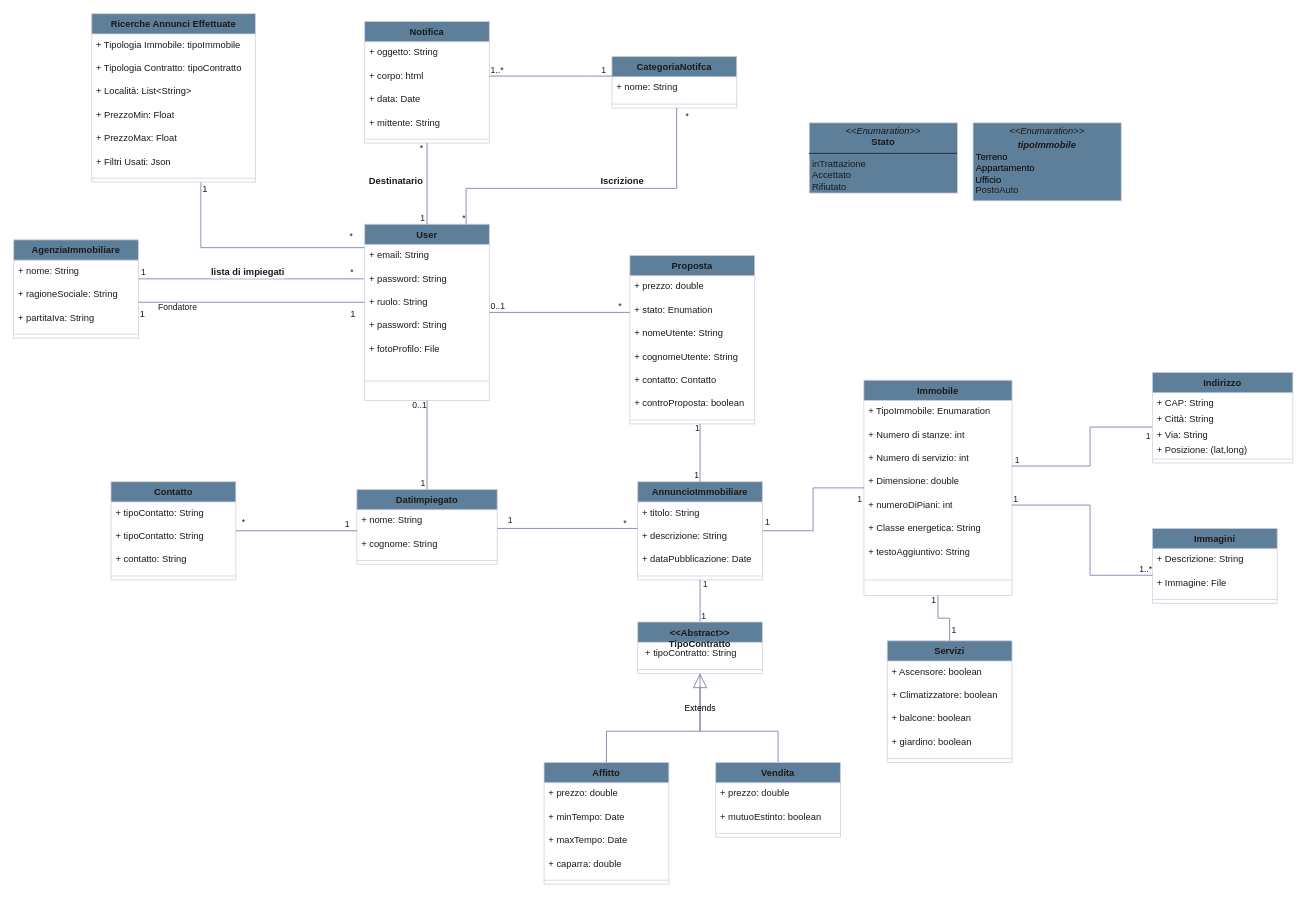
The draw.io diagram diagrammi/diagramma delle classi.drawio in Sperob98/Documentazione-DietiEstates25, before the edit. Source tidied: cells renumbered, new cells numbered last; positions are measured from the earlier drawing's top-left corner, leaving out a move shared by most shapes. Both pictures are drawn from the tidied source at 78%, with x=0, y=0 at pixel (13, 13).
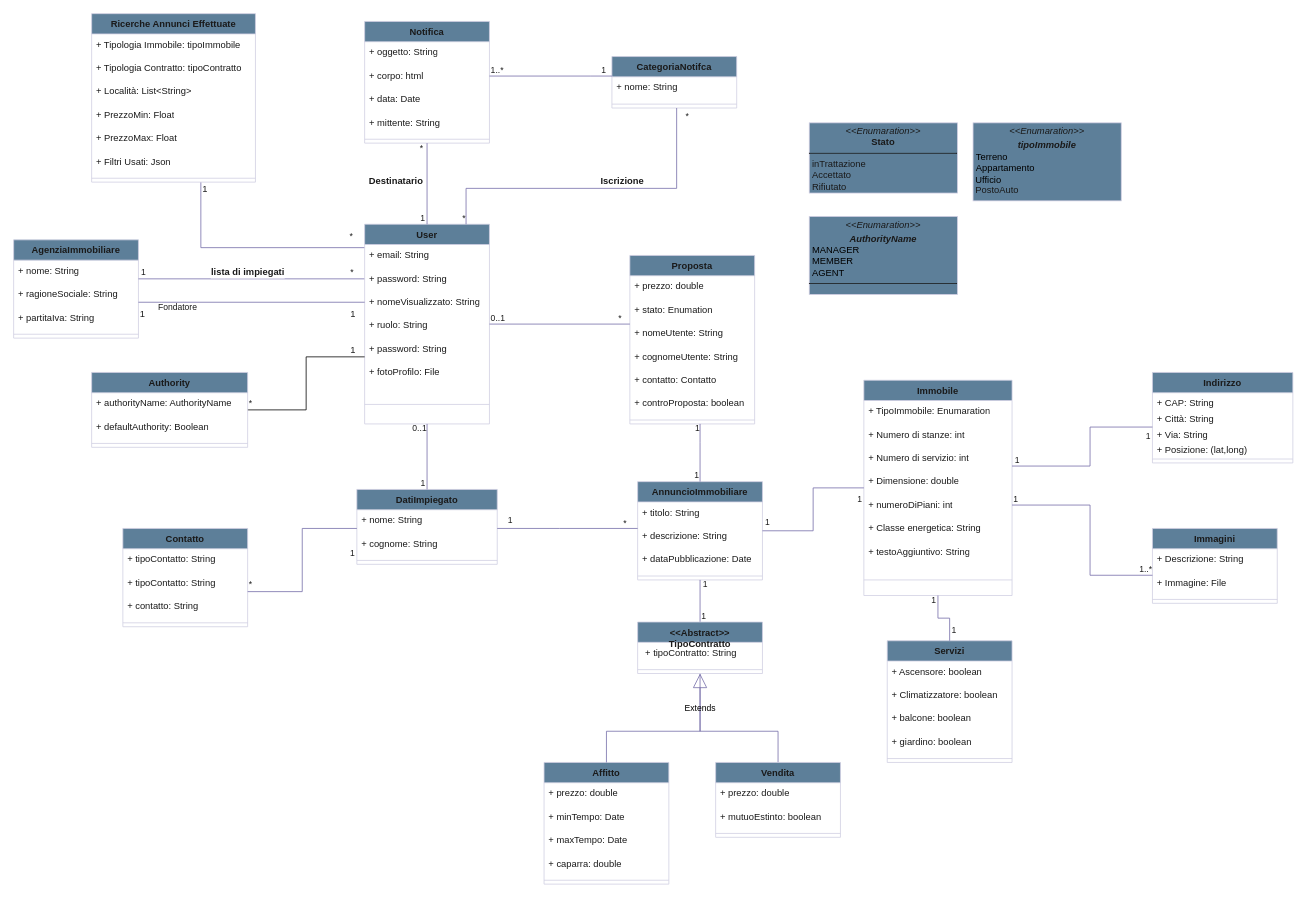
The same page after the edit.

Unchanged cells that the change refers to:
```xml
<mxCell id="50" value="DatiImpiegato" style="swimlane;fontStyle=1;align=center;verticalAlign=top;horizontal=1;startSize=26;whiteSpace=wrap;html=1;labelBackgroundColor=none;fillColor=#5D7F99;strokeColor=#D0CEE2;fontColor=#1A1A1A;" parent="1" vertex="1">
  <mxGeometry x="440" y="610" width="180" height="96" as="geometry" />
</mxCell>
<mxCell id="62" style="endArrow=none;html=1;edgeStyle=orthogonalEdgeStyle;rounded=0;exitX=0.5;exitY=1;exitDx=0;exitDy=0;entryX=0.5;entryY=0;entryDx=0;entryDy=0;labelBackgroundColor=none;strokeColor=#736CA8;fontColor=default;" parent="1" edge="1" source="42" target="50">
  <mxGeometry relative="1" as="geometry" />
</mxCell>
```

Diff of the diagram source:
```diff
@@
     <mxCell id="42" value="User" style="swimlane;fontStyle=1;align=center;verticalAlign=top;horizontal=1;startSize=26;whiteSpace=wrap;html=1;labelBackgroundColor=none;fillColor=#5D7F99;strokeColor=#D0CEE2;fontColor=#1A1A1A;" parent="1" vertex="1">
-      <mxGeometry x="450" y="270" width="160" height="226" as="geometry" />
+      <mxGeometry x="450" y="270" width="160" height="256" as="geometry" />
     </mxCell>
@@
+    <mxCell id="147" value="+ nomeVisualizzato: String" style="text;strokeColor=none;fillColor=none;align=left;verticalAlign=top;spacingLeft=4;spacingRight=4;overflow=hidden;whiteSpace=wrap;html=1;labelBackgroundColor=none;fontColor=#1A1A1A;" parent="42" vertex="1">
+      <mxGeometry y="86" width="160" height="30" as="geometry" />
+    </mxCell>
     <mxCell id="45" value="+ ruolo: String" style="text;strokeColor=none;fillColor=none;align=left;verticalAlign=top;spacingLeft=4;spacingRight=4;overflow=hidden;whiteSpace=wrap;html=1;labelBackgroundColor=none;fontColor=#1A1A1A;" parent="42" vertex="1">
-      <mxGeometry y="86" width="160" height="30" as="geometry" />
+      <mxGeometry y="116" width="160" height="30" as="geometry" />
     </mxCell>
     <mxCell id="46" value="+ password: String" style="text;strokeColor=none;fillColor=none;align=left;verticalAlign=top;spacingLeft=4;spacingRight=4;overflow=hidden;whiteSpace=wrap;html=1;labelBackgroundColor=none;fontColor=#1A1A1A;" parent="42" vertex="1">
-      <mxGeometry y="116" width="160" height="30" as="geometry" />
+      <mxGeometry y="146" width="160" height="30" as="geometry" />
     </mxCell>
     <mxCell id="47" value="+ fotoProfilo: File" style="text;strokeColor=none;fillColor=none;align=left;verticalAlign=top;spacingLeft=4;spacingRight=4;overflow=hidden;whiteSpace=wrap;html=1;labelBackgroundColor=none;fontColor=#1A1A1A;" parent="42" vertex="1">
-      <mxGeometry y="146" width="160" height="30" as="geometry" />
+      <mxGeometry y="176" width="160" height="30" as="geometry" />
     </mxCell>
     <mxCell id="48" style="line;strokeWidth=1;fillColor=none;align=left;verticalAlign=middle;spacingTop=-1;spacingLeft=3;spacingRight=3;labelPosition=right;strokeColor=#D0CEE2;labelBackgroundColor=none;fontColor=#1A1A1A;" parent="42" vertex="1">
-      <mxGeometry y="176" width="160" height="50" as="geometry" />
+      <mxGeometry y="206" width="160" height="50" as="geometry" />
     </mxCell>
@@
     <mxCell id="54" value="Contatto" style="swimlane;fontStyle=1;align=center;verticalAlign=top;horizontal=1;startSize=26;whiteSpace=wrap;html=1;labelBackgroundColor=none;fillColor=#5D7F99;strokeColor=#D0CEE2;fontColor=#1A1A1A;" parent="1" vertex="1">
-      <mxGeometry x="124.8" y="600" width="160" height="126" as="geometry" />
+      <mxGeometry x="140" y="660" width="160" height="126" as="geometry" />
     </mxCell>
@@
     <mxCell id="59" style="endArrow=none;html=1;edgeStyle=orthogonalEdgeStyle;rounded=0;labelBackgroundColor=none;strokeColor=#736CA8;fontColor=default;" parent="1" edge="1" source="54" target="50">
       <mxGeometry relative="1" as="geometry">
         <Array as="points">
-          <mxPoint x="280" y="650" />
-          <mxPoint x="280" y="650" />
+          <mxPoint x="370" y="741" />
+          <mxPoint x="370" y="660" />
         </Array>
       </mxGeometry>
     </mxCell>
     <mxCell id="60" value="*" style="edgeLabel;html=1;align=left;verticalAlign=bottom;labelBackgroundColor=none;fontColor=#1A1A1A;" parent="59" vertex="1">
       <mxGeometry relative="1" as="geometry">
-        <mxPoint x="-72" y="-3" as="offset" />
+        <mxPoint x="-70" y="39" as="offset" />
       </mxGeometry>
     </mxCell>
@@
     <mxCell id="63" value="1" style="edgeLabel;html=1;align=left;verticalAlign=bottom;labelBackgroundColor=none;fontColor=#1A1A1A;" parent="62" vertex="1">
       <mxGeometry relative="1" as="geometry">
-        <mxPoint x="-10" y="57" as="offset" />
+        <mxPoint x="-10" y="42" as="offset" />
       </mxGeometry>
     </mxCell>
     <mxCell id="64" value="0..1" style="edgeLabel;html=1;align=right;verticalAlign=bottom;labelBackgroundColor=none;fontColor=#1A1A1A;" parent="62" vertex="1">
       <mxGeometry relative="1" as="geometry">
-        <mxPoint y="-43" as="offset" />
+        <mxPoint y="-28" as="offset" />
       </mxGeometry>
     </mxCell>
@@
+    <mxCell id="148" style="edgeStyle=orthogonalEdgeStyle;rounded=0;jettySize=auto;html=1;fontSize=12;startSize=8;endSize=8;endArrow=none;startFill=0;" parent="1" edge="1" source="149" target="42">
+      <mxGeometry relative="1" as="geometry">
+        <Array as="points">
+          <mxPoint x="375" y="508" />
+          <mxPoint x="375" y="440" />
+        </Array>
+      </mxGeometry>
+    </mxCell>
+    <mxCell id="149" value="Authority" style="swimlane;fontStyle=1;align=center;verticalAlign=top;horizontal=1;startSize=26;whiteSpace=wrap;html=1;labelBackgroundColor=none;fillColor=#5D7F99;strokeColor=#D0CEE2;fontColor=#1A1A1A;" parent="1" vertex="1">
+      <mxGeometry x="100" y="460" width="200" height="96" as="geometry" />
+    </mxCell>
+    <mxCell id="150" value="+ authorityName: AuthorityName&amp;nbsp;" style="text;strokeColor=none;fillColor=none;align=left;verticalAlign=top;spacingLeft=4;spacingRight=4;overflow=hidden;whiteSpace=wrap;html=1;labelBackgroundColor=none;fontColor=#1A1A1A;" parent="149" vertex="1">
+      <mxGeometry y="26" width="200" height="30" as="geometry" />
+    </mxCell>
+    <mxCell id="151" value="+ defaultAuthority: Boolean" style="text;strokeColor=none;fillColor=none;align=left;verticalAlign=top;spacingLeft=4;spacingRight=4;overflow=hidden;whiteSpace=wrap;html=1;labelBackgroundColor=none;fontColor=#1A1A1A;" parent="149" vertex="1">
+      <mxGeometry y="56" width="200" height="30" as="geometry" />
+    </mxCell>
+    <mxCell id="152" style="line;strokeWidth=1;fillColor=none;align=left;verticalAlign=middle;spacingTop=-1;spacingLeft=3;spacingRight=3;labelPosition=right;strokeColor=#D0CEE2;labelBackgroundColor=none;fontColor=#1A1A1A;" parent="149" vertex="1">
+      <mxGeometry y="86" width="200" height="10" as="geometry" />
+    </mxCell>
+    <mxCell id="153" value="&lt;p style=&quot;margin:0px;margin-top:4px;text-align:center;&quot;&gt;&lt;i&gt;&amp;lt;&amp;lt;Enumaration&amp;gt;&amp;gt;&lt;/i&gt;&lt;br&gt;&lt;/p&gt;&lt;p style=&quot;margin:0px;margin-top:4px;text-align:center;&quot;&gt;&lt;i&gt;&lt;b&gt;AuthorityName&lt;/b&gt;&lt;/i&gt;&lt;/p&gt;&lt;p style=&quot;margin:0px;margin-left:4px;&quot;&gt;&lt;span style=&quot;background-color: transparent; color: light-dark(rgb(0, 0, 0), rgb(255, 255, 255));&quot;&gt;MANAGER&lt;/span&gt;&lt;/p&gt;&lt;p style=&quot;margin:0px;margin-left:4px;&quot;&gt;&lt;span style=&quot;background-color: transparent; color: light-dark(rgb(0, 0, 0), rgb(255, 255, 255));&quot;&gt;MEMBER&lt;/span&gt;&lt;/p&gt;&lt;p style=&quot;margin:0px;margin-left:4px;&quot;&gt;&lt;span style=&quot;background-color: transparent; color: light-dark(rgb(0, 0, 0), rgb(255, 255, 255));&quot;&gt;AGENT&lt;/span&gt;&lt;/p&gt;&lt;hr size=&quot;1&quot; style=&quot;border-style:solid;&quot;&gt;&lt;p style=&quot;margin:0px;margin-left:4px;&quot;&gt;&lt;br&gt;&lt;/p&gt;" style="verticalAlign=top;align=left;overflow=fill;html=1;whiteSpace=wrap;labelBackgroundColor=none;fillColor=#5D7F99;strokeColor=#D0CEE2;fontColor=#1A1A1A;" parent="1" vertex="1">
+      <mxGeometry x="1020" y="260" width="190" height="100" as="geometry" />
+    </mxCell>
+    <mxCell id="154" value="*" style="edgeLabel;html=1;align=left;verticalAlign=bottom;labelBackgroundColor=none;fontColor=#1A1A1A;" parent="1" vertex="1">
+      <mxGeometry x="300" y="508" as="geometry" />
+    </mxCell>
+    <mxCell id="155" value="1" style="text;html=1;align=center;verticalAlign=middle;strokeColor=none;fillColor=none;labelBackgroundColor=none;fontColor=#1A1A1A;" parent="1" vertex="1">
+      <mxGeometry x="420" y="416" width="30" height="30" as="geometry" />
+    </mxCell>
```
